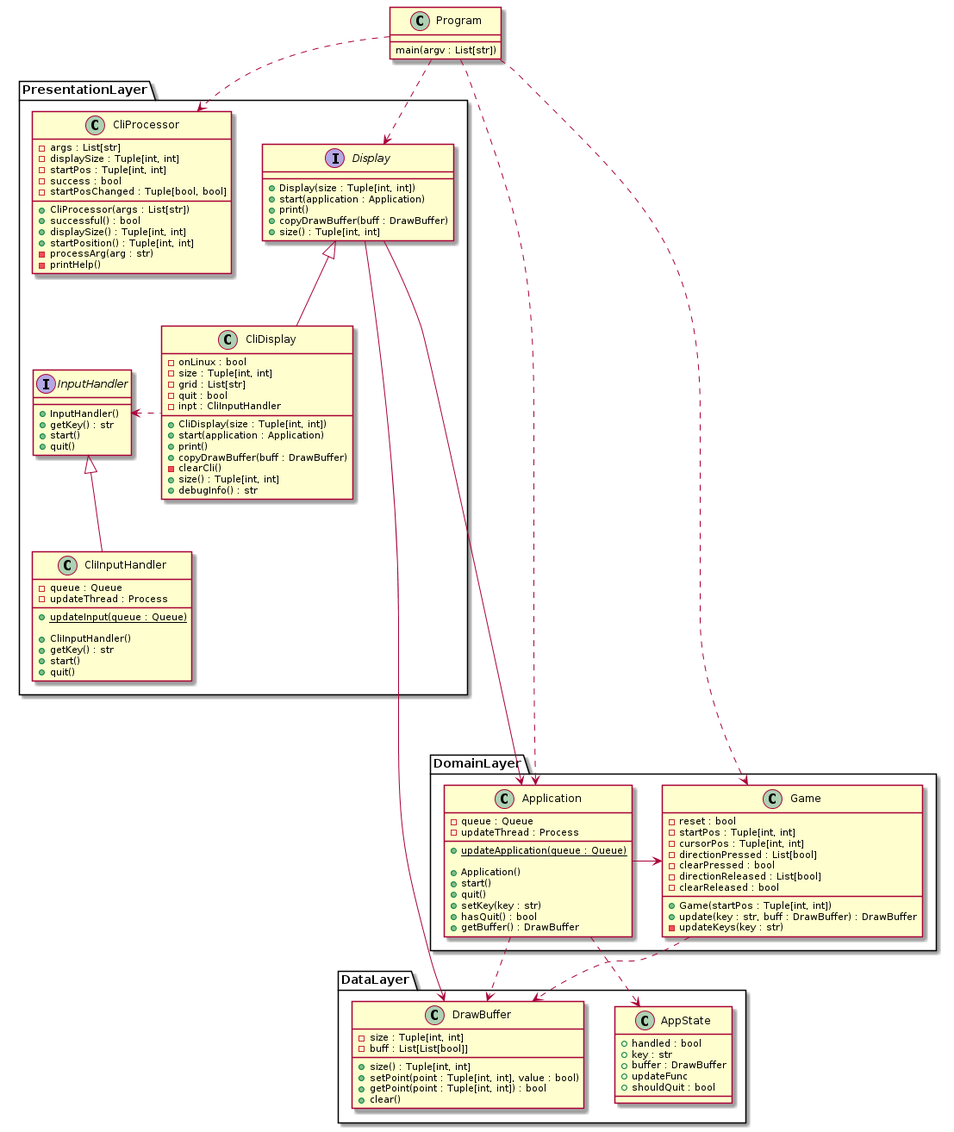
Before: hw02/docs/etch-a-sketch-class.png, a diagram exported from PlantUML (blueOkiris/EmbeddedLinuxClass).
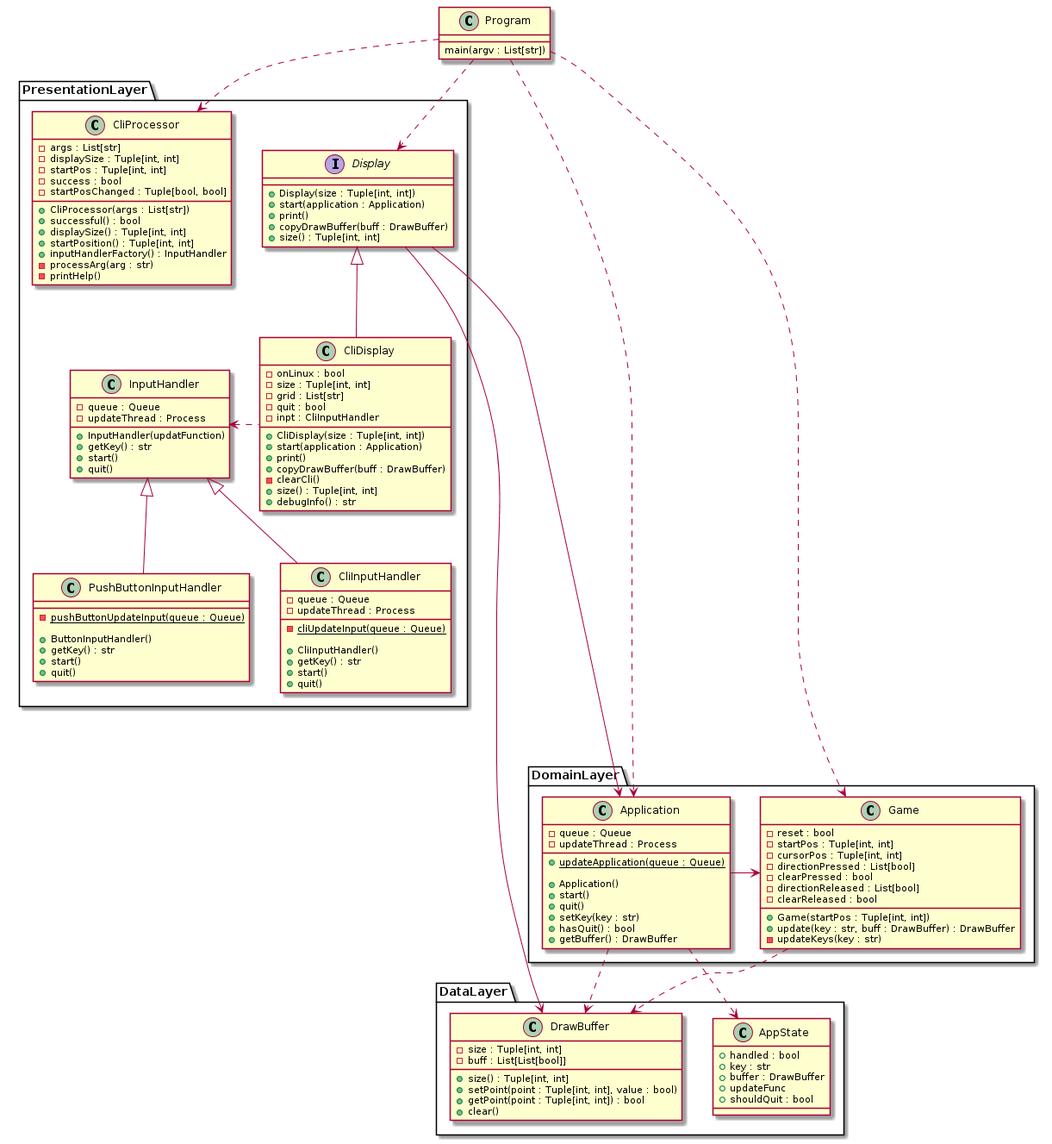
After the commit.

Commit message:
Updated class diagram

Diff of the diagram source:
```diff
@@ -40,12 +40,25 @@
         + successful() : bool
         + displaySize() : Tuple[int, int]
         + startPosition() : Tuple[int, int]
+        + inputHandlerFactory() : InputHandler
         - processArg(arg : str)
         - printHelp()
     }
 
-    interface InputHandler {
-        + InputHandler()
+    class InputHandler {
+        - queue : Queue
+        - updateThread : Process
+
+        + InputHandler(updatFunction)
+        + getKey() : str
+        + start()
+        + quit()
+    }
+
+    class PushButtonInputHandler {
+        - {static} pushButtonUpdateInput(queue : Queue)
+
+        + ButtonInputHandler()
         + getKey() : str
         + start()
         + quit()
@@ -55,7 +68,7 @@
         - queue : Queue
         - updateThread : Process
 
-        + {static} updateInput(queue : Queue)
+        - {static} cliUpdateInput(queue : Queue)
 
         + CliInputHandler()
         + getKey() : str
@@ -66,6 +79,7 @@
     CliDisplay .l.> InputHandler
     CliDisplay -u-|> Display
     CliInputHandler -u-|> InputHandler
+    PushButtonInputHandler -u-|> InputHandler
 }
 
 namespace DomainLayer {
```
